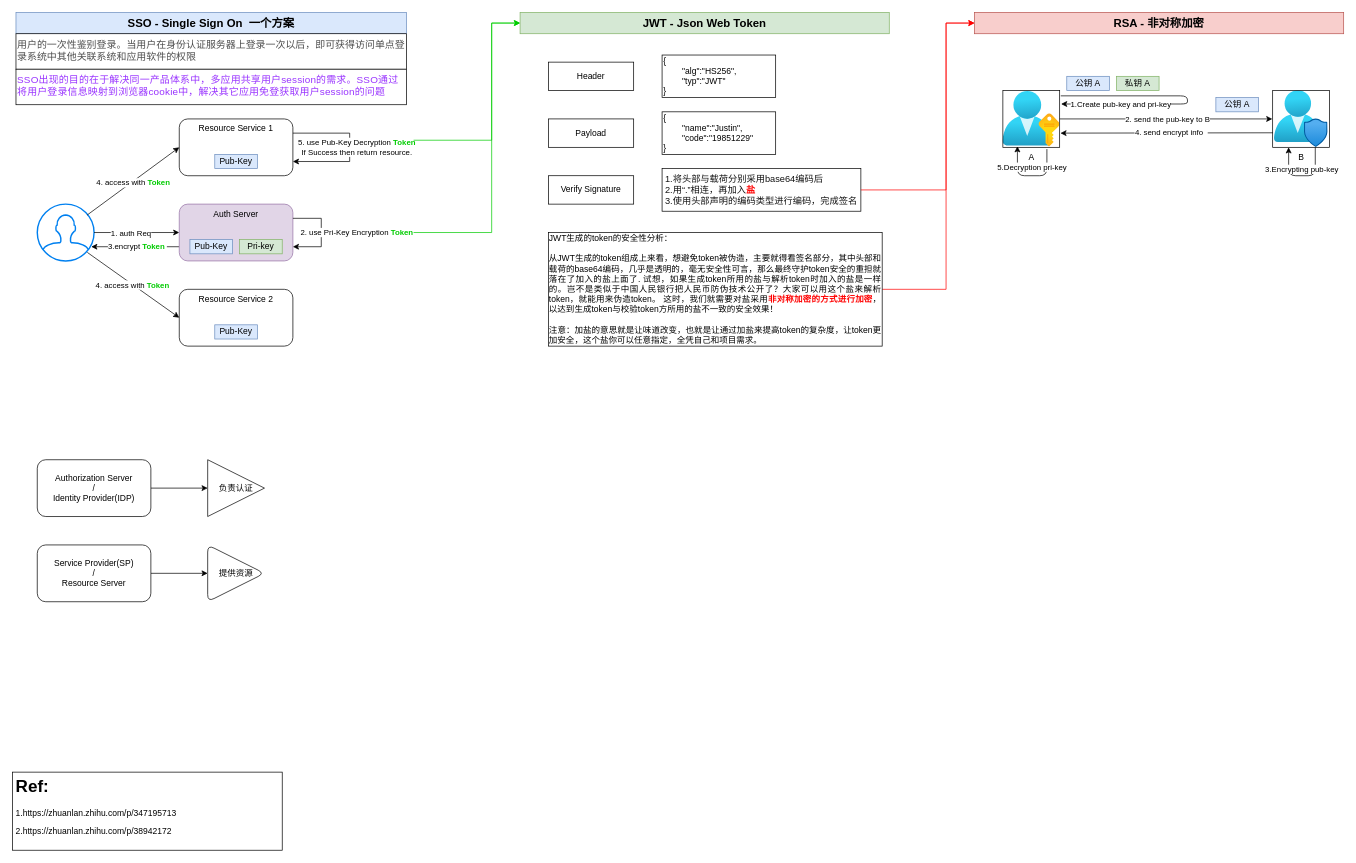
The draw.io diagram page "SSO-JWT-RSA" (1 of 5) of architecture/Auth.drawio in bayern01kahn/Tech_Diagrams, before the edit. Source tidied: cells renumbered, new cells numbered last; positions are measured from the earlier drawing's top-left corner, leaving out a move shared by most shapes. Both pictures are drawn from the tidied source at 71%, with x=0, y=0 at pixel (12, 12).
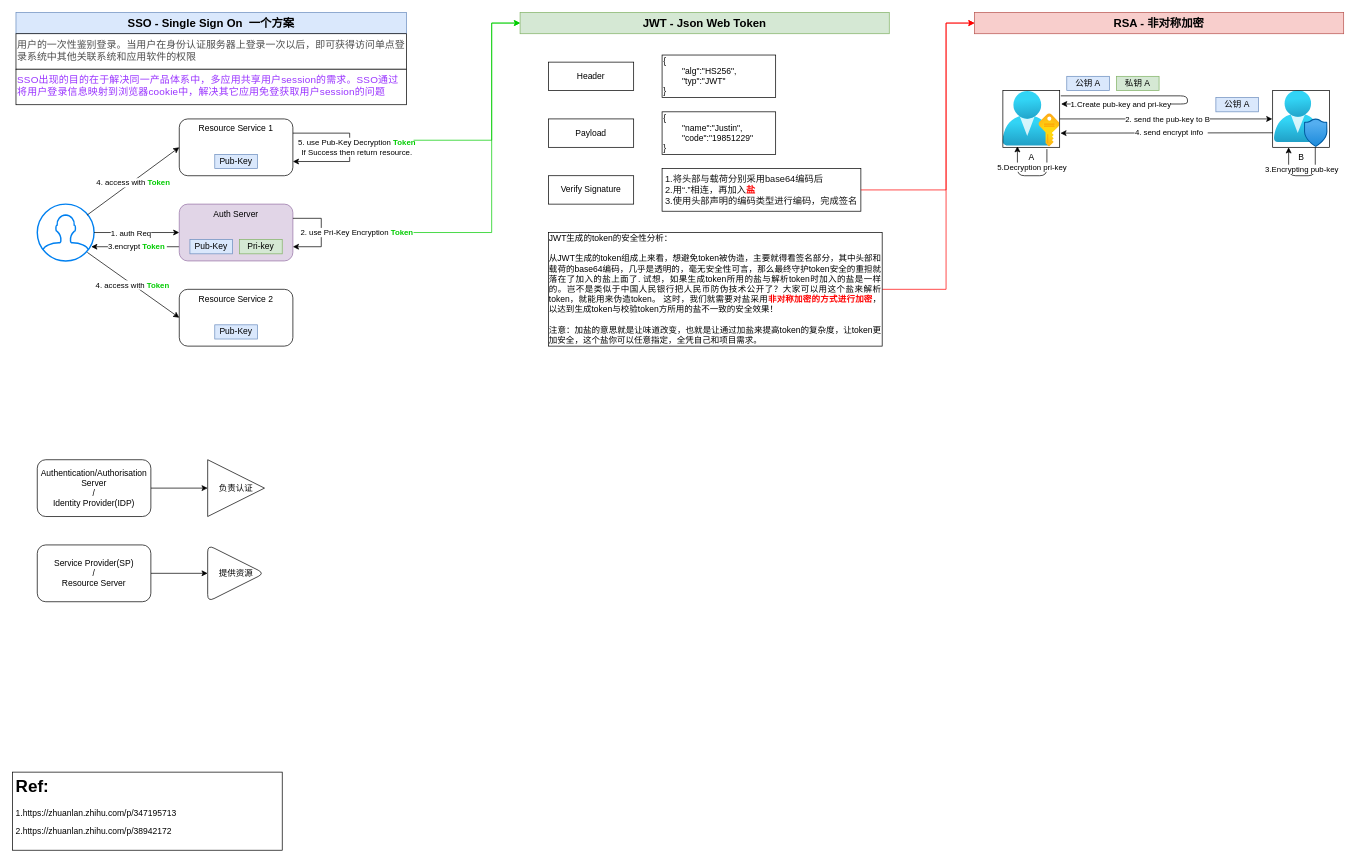
The same page after the edit.

The edit, as a diff of the source:
```diff
@@
-    <mxCell id="53" value="Authorization Server&lt;br&gt;/&lt;br&gt;Identity Provider(IDP)" style="rounded=1;whiteSpace=wrap;html=1;strokeColor=#000000;fillColor=#ffffff;align=center;verticalAlign=middle;" parent="1" vertex="1">
+    <mxCell id="53" value="Authentication/Authorisation Server&lt;br&gt;/&lt;br&gt;Identity Provider(IDP)" style="rounded=1;whiteSpace=wrap;html=1;strokeColor=#000000;fillColor=#ffffff;align=center;verticalAlign=middle;" parent="1" vertex="1">
       <mxGeometry x="35" y="630" width="160" height="80" as="geometry" />
     </mxCell>
```
